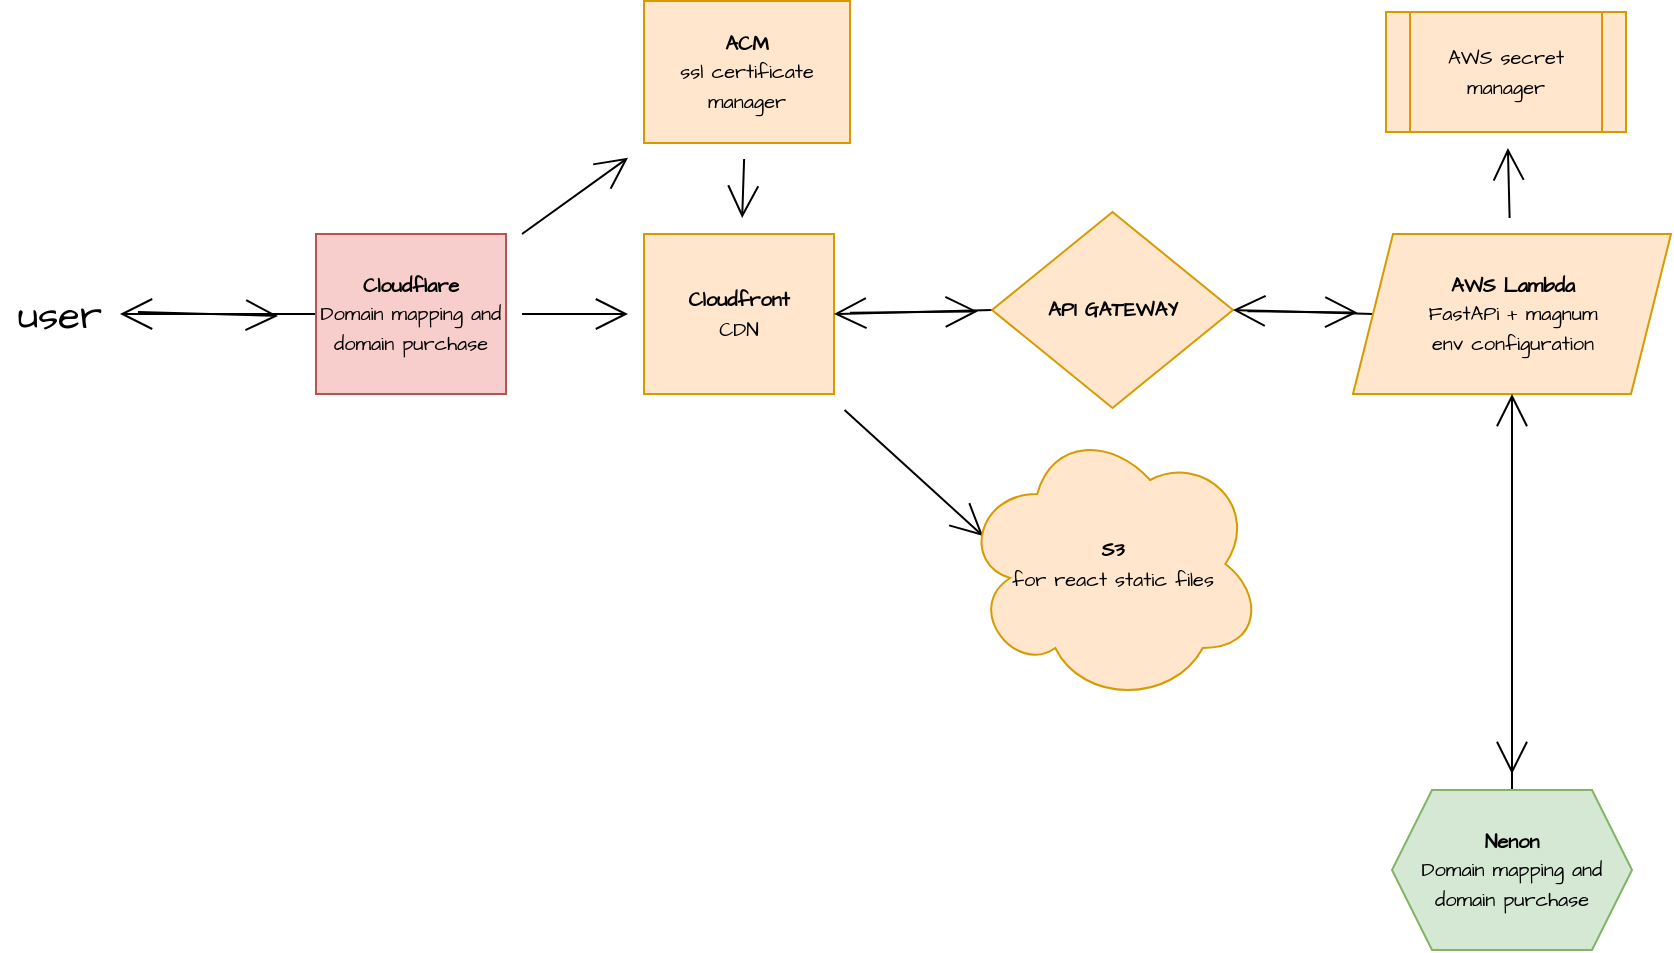
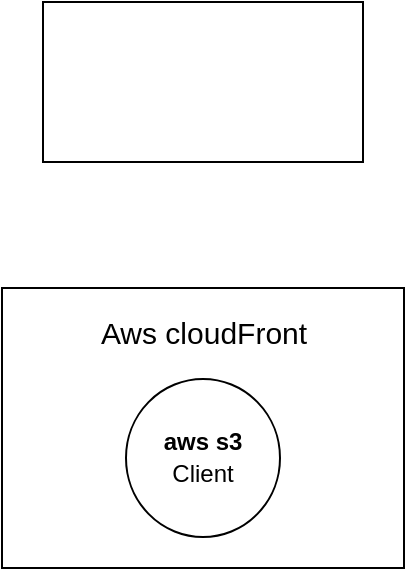
<mxfile host="app.diagrams.net">
  <diagram name="Page-1" id="SOHPCcRNUhLTlrNE90n2">
-     <mxGraphModel dx="2316" dy="1104" grid="0" gridSize="10" guides="1" tooltips="1" connect="1" arrows="1" fold="1" page="0" pageScale="1" pageWidth="850" pageHeight="1100" math="0" shadow="0">
+     <mxGraphModel dx="2312" dy="1096" grid="0" gridSize="10" guides="1" tooltips="1" connect="1" arrows="1" fold="1" page="0" pageScale="1" pageWidth="850" pageHeight="1100" math="0" shadow="0">
      <root>
        <mxCell id="0" />
        <mxCell id="1" parent="0" />
-         <mxCell id="5sR74KFER4aWkkfNB8bZ-1" edge="1" parent="1" style="edgeStyle=none;orthogonalLoop=1;jettySize=auto;html=1;rounded=0;fontFamily=Architects Daughter;fontSource=https%3A%2F%2Ffonts.googleapis.com%2Fcss%3Ffamily%3DArchitects%2BDaughter;fontSize=16;startSize=14;endArrow=open;endSize=14;sourcePerimeterSpacing=8;targetPerimeterSpacing=8;curved=1;" value="">
-           <mxGeometry relative="1" width="140" as="geometry">
-             <Array as="points" />
-             <mxPoint x="-388" y="-18" as="sourcePoint" />
-             <mxPoint x="-318" y="-16" as="targetPoint" />
-           </mxGeometry>
+         <mxCell id="rra6tTRvJPethr66ALMW-2" parent="1" style="rounded=0;whiteSpace=wrap;html=1;fontFamily=Architects Daughter;fontSource=https%3A%2F%2Ffonts.googleapis.com%2Fcss%3Ffamily%3DArchitects%2BDaughter;" value="" vertex="1">
+           <mxGeometry height="140" width="201" x="-528" y="-86" as="geometry" />
        </mxCell>
-         <mxCell id="5sR74KFER4aWkkfNB8bZ-2" parent="1" style="text;html=1;whiteSpace=wrap;strokeColor=none;fillColor=none;align=center;verticalAlign=middle;rounded=0;fontSize=20;fontFamily=Architects Daughter;fontSource=https%3A%2F%2Ffonts.googleapis.com%2Fcss%3Ffamily%3DArchitects%2BDaughter;" value="user" vertex="1">
-           <mxGeometry height="30" width="60" x="-457" y="-32" as="geometry" />
+         <mxCell id="rra6tTRvJPethr66ALMW-1" parent="1" style="ellipse;whiteSpace=wrap;html=1;fontFamily=Architects Daughter;fontSource=https%3A%2F%2Ffonts.googleapis.com%2Fcss%3Ffamily%3DArchitects%2BDaughter;" value="&lt;font face=&quot;Helvetica&quot;&gt;&lt;b&gt;aws s3&lt;/b&gt;&lt;br&gt;Client&lt;/font&gt;" vertex="1">
+           <mxGeometry height="79" width="77" x="-466" y="-40.5" as="geometry" />
        </mxCell>
-         <mxCell id="5sR74KFER4aWkkfNB8bZ-10" edge="1" parent="1" source="5sR74KFER4aWkkfNB8bZ-4" style="edgeStyle=none;curved=1;rounded=0;orthogonalLoop=1;jettySize=auto;html=1;fontFamily=Architects Daughter;fontSource=https%3A%2F%2Ffonts.googleapis.com%2Fcss%3Ffamily%3DArchitects%2BDaughter;fontSize=16;startSize=14;endArrow=open;endSize=14;sourcePerimeterSpacing=8;targetPerimeterSpacing=8;" target="5sR74KFER4aWkkfNB8bZ-9" value="">
-           <mxGeometry relative="1" as="geometry" />
+         <mxCell id="rra6tTRvJPethr66ALMW-3" parent="1" style="text;html=1;whiteSpace=wrap;strokeColor=none;fillColor=none;align=center;verticalAlign=middle;rounded=0;fontSize=20;fontFamily=Helvetica;" value="&lt;font style=&quot;font-size: 15px;&quot;&gt;Aws cloudFront&lt;/font&gt;" vertex="1">
+           <mxGeometry height="30" width="186" x="-520.5" y="-81" as="geometry" />
        </mxCell>
-         <mxCell id="5sR74KFER4aWkkfNB8bZ-12" edge="1" parent="1" source="5sR74KFER4aWkkfNB8bZ-4" style="edgeStyle=none;curved=1;rounded=0;orthogonalLoop=1;jettySize=auto;html=1;fontFamily=Architects Daughter;fontSource=https%3A%2F%2Ffonts.googleapis.com%2Fcss%3Ffamily%3DArchitects%2BDaughter;fontSize=16;startSize=14;endArrow=open;endSize=14;sourcePerimeterSpacing=8;targetPerimeterSpacing=8;" target="5sR74KFER4aWkkfNB8bZ-11" value="">
-           <mxGeometry relative="1" as="geometry" />
-         </mxCell>
-         <mxCell id="5sR74KFER4aWkkfNB8bZ-35" edge="1" parent="1" source="5sR74KFER4aWkkfNB8bZ-4" style="edgeStyle=none;curved=1;rounded=0;orthogonalLoop=1;jettySize=auto;html=1;exitX=0;exitY=0.5;exitDx=0;exitDy=0;entryX=1;entryY=0.5;entryDx=0;entryDy=0;fontFamily=Architects Daughter;fontSource=https%3A%2F%2Ffonts.googleapis.com%2Fcss%3Ffamily%3DArchitects%2BDaughter;fontSize=16;startSize=14;endArrow=open;endSize=14;sourcePerimeterSpacing=8;targetPerimeterSpacing=8;" target="5sR74KFER4aWkkfNB8bZ-2">
-           <mxGeometry relative="1" as="geometry" />
-         </mxCell>
-         <mxCell id="5sR74KFER4aWkkfNB8bZ-4" parent="1" style="rounded=0;whiteSpace=wrap;html=1;fontFamily=Architects Daughter;fontSource=https%3A%2F%2Ffonts.googleapis.com%2Fcss%3Ffamily%3DArchitects%2BDaughter;fillColor=#f8cecc;strokeColor=#b85450;" value="&lt;font style=&quot;font-size: 10px;&quot;&gt;&lt;b&gt;Cloudflare&lt;/b&gt;&lt;br&gt;Domain mapping and domain purchase&lt;/font&gt;" vertex="1">
-           <mxGeometry height="80" width="95" x="-299" y="-57" as="geometry" />
-         </mxCell>
-         <mxCell id="5sR74KFER4aWkkfNB8bZ-13" edge="1" parent="1" source="5sR74KFER4aWkkfNB8bZ-9" style="edgeStyle=none;curved=1;rounded=0;orthogonalLoop=1;jettySize=auto;html=1;fontFamily=Architects Daughter;fontSource=https%3A%2F%2Ffonts.googleapis.com%2Fcss%3Ffamily%3DArchitects%2BDaughter;fontSize=16;startSize=14;endArrow=open;endSize=14;sourcePerimeterSpacing=8;targetPerimeterSpacing=8;" target="5sR74KFER4aWkkfNB8bZ-11" value="">
-           <mxGeometry relative="1" as="geometry" />
-         </mxCell>
-         <mxCell id="5sR74KFER4aWkkfNB8bZ-9" parent="1" style="rounded=0;whiteSpace=wrap;html=1;fontFamily=Architects Daughter;fontSource=https%3A%2F%2Ffonts.googleapis.com%2Fcss%3Ffamily%3DArchitects%2BDaughter;fillColor=#ffe6cc;strokeColor=#d79b00;" value="&lt;font style=&quot;font-size: 10px;&quot;&gt;&lt;b&gt;ACM&lt;/b&gt;&lt;br&gt;ssl certificate manager&lt;/font&gt;" vertex="1">
-           <mxGeometry height="71" width="103" x="-135" y="-173.5" as="geometry" />
-         </mxCell>
-         <mxCell id="5sR74KFER4aWkkfNB8bZ-15" edge="1" parent="1" source="5sR74KFER4aWkkfNB8bZ-11" style="edgeStyle=none;curved=1;rounded=0;orthogonalLoop=1;jettySize=auto;html=1;fontFamily=Architects Daughter;fontSource=https%3A%2F%2Ffonts.googleapis.com%2Fcss%3Ffamily%3DArchitects%2BDaughter;fontSize=16;startSize=14;endArrow=open;endSize=14;sourcePerimeterSpacing=8;targetPerimeterSpacing=8;entryX=0.07;entryY=0.4;entryDx=0;entryDy=0;entryPerimeter=0;" target="5sR74KFER4aWkkfNB8bZ-36" value="">
-           <mxGeometry relative="1" as="geometry">
-             <mxPoint x="-87.5" y="90" as="targetPoint" />
-           </mxGeometry>
-         </mxCell>
-         <mxCell id="5sR74KFER4aWkkfNB8bZ-18" edge="1" parent="1" source="5sR74KFER4aWkkfNB8bZ-11" style="edgeStyle=none;curved=1;rounded=0;orthogonalLoop=1;jettySize=auto;html=1;fontFamily=Architects Daughter;fontSource=https%3A%2F%2Ffonts.googleapis.com%2Fcss%3Ffamily%3DArchitects%2BDaughter;fontSize=16;startSize=14;endArrow=open;endSize=14;sourcePerimeterSpacing=8;targetPerimeterSpacing=8;" target="5sR74KFER4aWkkfNB8bZ-17" value="">
-           <mxGeometry relative="1" as="geometry" />
-         </mxCell>
-         <mxCell id="5sR74KFER4aWkkfNB8bZ-11" parent="1" style="rounded=0;whiteSpace=wrap;html=1;fontFamily=Architects Daughter;fontSource=https%3A%2F%2Ffonts.googleapis.com%2Fcss%3Ffamily%3DArchitects%2BDaughter;fillColor=#ffe6cc;strokeColor=#d79b00;" value="&lt;font style=&quot;font-size: 10px;&quot;&gt;&lt;b&gt;Cloudfront&lt;/b&gt;&lt;br&gt;CDN&lt;/font&gt;" vertex="1">
-           <mxGeometry height="80" width="95" x="-135" y="-57" as="geometry" />
-         </mxCell>
-         <mxCell id="5sR74KFER4aWkkfNB8bZ-20" edge="1" parent="1" source="5sR74KFER4aWkkfNB8bZ-17" style="edgeStyle=none;curved=1;rounded=0;orthogonalLoop=1;jettySize=auto;html=1;fontFamily=Architects Daughter;fontSource=https%3A%2F%2Ffonts.googleapis.com%2Fcss%3Ffamily%3DArchitects%2BDaughter;fontSize=16;startSize=14;endArrow=open;endSize=14;sourcePerimeterSpacing=8;targetPerimeterSpacing=8;" target="5sR74KFER4aWkkfNB8bZ-19" value="">
-           <mxGeometry relative="1" as="geometry" />
-         </mxCell>
-         <mxCell id="5sR74KFER4aWkkfNB8bZ-24" edge="1" parent="1" source="5sR74KFER4aWkkfNB8bZ-17" style="edgeStyle=none;curved=1;rounded=0;orthogonalLoop=1;jettySize=auto;html=1;exitX=0;exitY=0.5;exitDx=0;exitDy=0;entryX=1;entryY=0.5;entryDx=0;entryDy=0;fontFamily=Architects Daughter;fontSource=https%3A%2F%2Ffonts.googleapis.com%2Fcss%3Ffamily%3DArchitects%2BDaughter;fontSize=16;startSize=14;endArrow=open;endSize=14;sourcePerimeterSpacing=8;targetPerimeterSpacing=8;" target="5sR74KFER4aWkkfNB8bZ-11">
-           <mxGeometry relative="1" as="geometry" />
-         </mxCell>
-         <mxCell id="5sR74KFER4aWkkfNB8bZ-17" parent="1" style="rhombus;whiteSpace=wrap;html=1;fontFamily=Architects Daughter;fillColor=#ffe6cc;strokeColor=#d79b00;rounded=0;fontSource=https%3A%2F%2Ffonts.googleapis.com%2Fcss%3Ffamily%3DArchitects%2BDaughter;" value="&lt;b&gt;&lt;font style=&quot;font-size: 10px;&quot;&gt;API GATEWAY&lt;/font&gt;&lt;/b&gt;" vertex="1">
-           <mxGeometry height="98" width="120.5" x="39" y="-68" as="geometry" />
-         </mxCell>
-         <mxCell id="5sR74KFER4aWkkfNB8bZ-22" edge="1" parent="1" source="5sR74KFER4aWkkfNB8bZ-19" style="edgeStyle=none;curved=1;rounded=0;orthogonalLoop=1;jettySize=auto;html=1;fontFamily=Architects Daughter;fontSource=https%3A%2F%2Ffonts.googleapis.com%2Fcss%3Ffamily%3DArchitects%2BDaughter;fontSize=16;startSize=14;endArrow=open;endSize=14;sourcePerimeterSpacing=8;targetPerimeterSpacing=8;" target="5sR74KFER4aWkkfNB8bZ-21" value="">
-           <mxGeometry relative="1" as="geometry" />
-         </mxCell>
-         <mxCell id="5sR74KFER4aWkkfNB8bZ-23" edge="1" parent="1" source="5sR74KFER4aWkkfNB8bZ-19" style="edgeStyle=none;curved=1;rounded=0;orthogonalLoop=1;jettySize=auto;html=1;exitX=0;exitY=0.5;exitDx=0;exitDy=0;entryX=1;entryY=0.5;entryDx=0;entryDy=0;fontFamily=Architects Daughter;fontSource=https%3A%2F%2Ffonts.googleapis.com%2Fcss%3Ffamily%3DArchitects%2BDaughter;fontSize=16;startSize=14;endArrow=open;endSize=14;sourcePerimeterSpacing=8;targetPerimeterSpacing=8;" target="5sR74KFER4aWkkfNB8bZ-17">
-           <mxGeometry relative="1" as="geometry" />
-         </mxCell>
-         <mxCell id="5sR74KFER4aWkkfNB8bZ-26" edge="1" parent="1" source="5sR74KFER4aWkkfNB8bZ-19" style="edgeStyle=none;curved=1;rounded=0;orthogonalLoop=1;jettySize=auto;html=1;fontFamily=Architects Daughter;fontSource=https%3A%2F%2Ffonts.googleapis.com%2Fcss%3Ffamily%3DArchitects%2BDaughter;fontSize=16;startSize=14;endArrow=open;endSize=14;sourcePerimeterSpacing=8;targetPerimeterSpacing=8;" target="5sR74KFER4aWkkfNB8bZ-25" value="">
-           <mxGeometry relative="1" as="geometry" />
-         </mxCell>
-         <mxCell id="5sR74KFER4aWkkfNB8bZ-19" parent="1" style="shape=parallelogram;perimeter=parallelogramPerimeter;whiteSpace=wrap;html=1;fixedSize=1;fontFamily=Architects Daughter;fillColor=#ffe6cc;strokeColor=#d79b00;rounded=0;fontSource=https%3A%2F%2Ffonts.googleapis.com%2Fcss%3Ffamily%3DArchitects%2BDaughter;" value="&lt;b style=&quot;font-size: 10px;&quot;&gt;AWS Lambda&lt;/b&gt;&lt;br style=&quot;font-size: 10px;&quot;&gt;&lt;span style=&quot;font-size: 10px;&quot;&gt;FastAPi + magnum&lt;br&gt;env configuration&lt;/span&gt;" vertex="1">
-           <mxGeometry height="80" width="159" x="219.5" y="-57" as="geometry" />
-         </mxCell>
-         <mxCell id="5sR74KFER4aWkkfNB8bZ-21" parent="1" style="shape=process;whiteSpace=wrap;html=1;backgroundOutline=1;fontFamily=Architects Daughter;fillColor=#ffe6cc;strokeColor=#d79b00;rounded=0;fontSource=https%3A%2F%2Ffonts.googleapis.com%2Fcss%3Ffamily%3DArchitects%2BDaughter;" value="&lt;font style=&quot;font-size: 10px;&quot;&gt;AWS secret manager&lt;/font&gt;" vertex="1">
-           <mxGeometry height="60" width="120" x="236" y="-168" as="geometry" />
-         </mxCell>
-         <mxCell id="5sR74KFER4aWkkfNB8bZ-34" edge="1" parent="1" source="5sR74KFER4aWkkfNB8bZ-25" style="edgeStyle=none;curved=1;rounded=0;orthogonalLoop=1;jettySize=auto;html=1;exitX=0.5;exitY=0;exitDx=0;exitDy=0;entryX=0.5;entryY=1;entryDx=0;entryDy=0;fontFamily=Architects Daughter;fontSource=https%3A%2F%2Ffonts.googleapis.com%2Fcss%3Ffamily%3DArchitects%2BDaughter;fontSize=16;startSize=14;endArrow=open;endSize=14;sourcePerimeterSpacing=8;targetPerimeterSpacing=8;" target="5sR74KFER4aWkkfNB8bZ-19">
-           <mxGeometry relative="1" as="geometry" />
-         </mxCell>
-         <mxCell id="5sR74KFER4aWkkfNB8bZ-25" parent="1" style="shape=hexagon;perimeter=hexagonPerimeter2;whiteSpace=wrap;html=1;fixedSize=1;fontFamily=Architects Daughter;fillColor=#d5e8d4;strokeColor=#82b366;rounded=0;fontSource=https%3A%2F%2Ffonts.googleapis.com%2Fcss%3Ffamily%3DArchitects%2BDaughter;" value="&lt;b style=&quot;font-size: 10px;&quot;&gt;Nenon&lt;/b&gt;&lt;br style=&quot;font-size: 10px;&quot;&gt;&lt;span style=&quot;font-size: 10px;&quot;&gt;Domain mapping and domain purchase&lt;/span&gt;" vertex="1">
-           <mxGeometry height="80" width="120" x="239" y="221" as="geometry" />
-         </mxCell>
-         <mxCell id="5sR74KFER4aWkkfNB8bZ-36" parent="1" style="ellipse;shape=cloud;whiteSpace=wrap;html=1;fontFamily=Architects Daughter;fontSource=https%3A%2F%2Ffonts.googleapis.com%2Fcss%3Ffamily%3DArchitects%2BDaughter;fillColor=#ffe6cc;strokeColor=#d79b00;" value="&lt;b&gt;&lt;font style=&quot;font-size: 10px;&quot;&gt;S3&lt;/font&gt;&lt;/b&gt;&lt;div&gt;&lt;font style=&quot;font-size: 10px;&quot;&gt;for react static files&lt;/font&gt;&lt;/div&gt;" vertex="1">
-           <mxGeometry height="140" width="150.5" x="24" y="38" as="geometry" />
+         <mxCell id="rra6tTRvJPethr66ALMW-5" parent="1" style="rounded=0;whiteSpace=wrap;html=1;fontFamily=Architects Daughter;fontSource=https%3A%2F%2Ffonts.googleapis.com%2Fcss%3Ffamily%3DArchitects%2BDaughter;" value="" vertex="1">
+           <mxGeometry height="80" width="160" x="-507.5" y="-229" as="geometry" />
        </mxCell>
      </root>
    </mxGraphModel>
  </diagram>
</mxfile>
